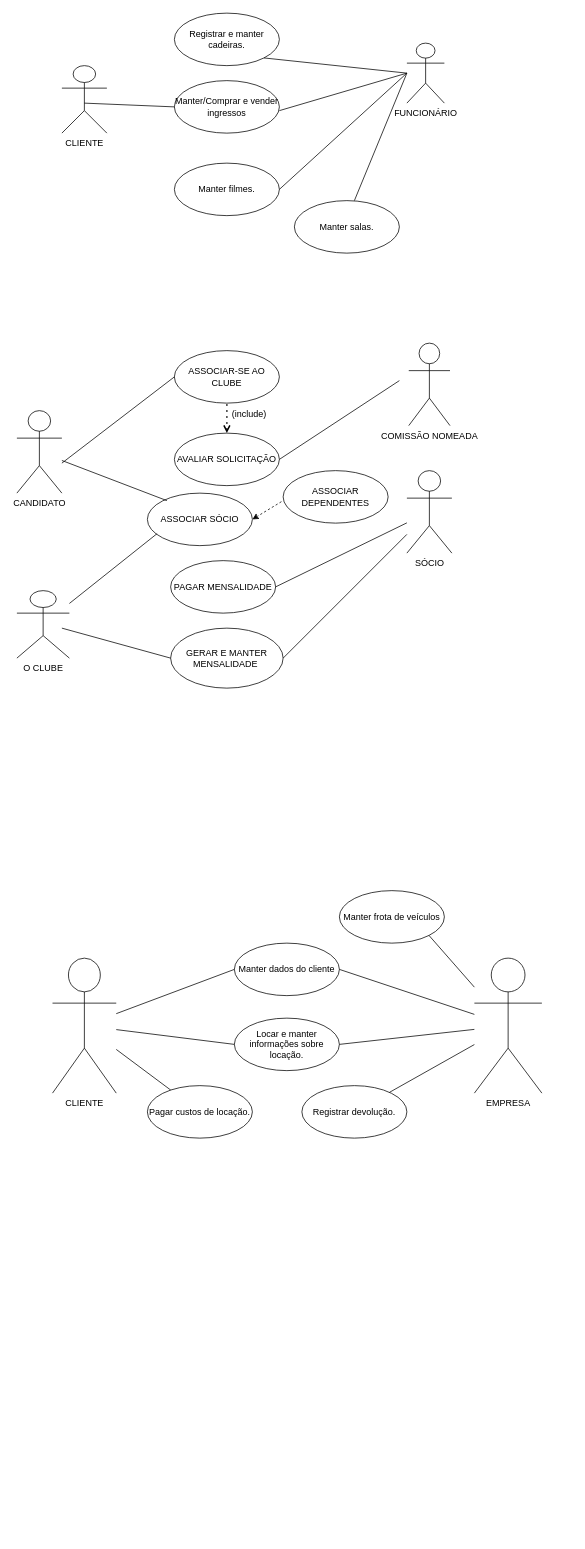
Tropeco25/exerciciosCasoDeUso keeps this draw.io diagram as Diagrama sem nome.drawio. Above is the earlier version. Source tidied: cells renumbered, new cells numbered last; positions are measured from the earlier drawing's top-left corner, leaving out a move shared by most shapes. Both pictures are drawn from the tidied source at 75%, with x=0, y=0 at pixel (16, 13).
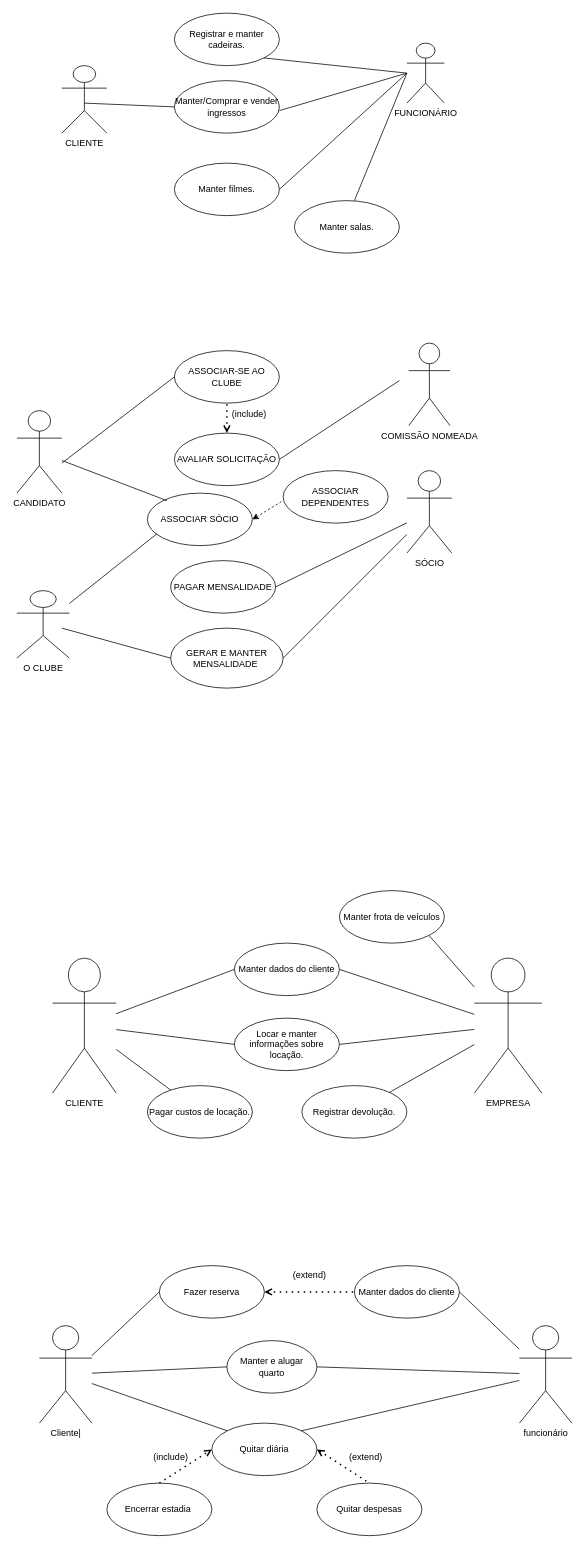
The same diagram, later.

Commit message:
Casos de usos (atividades em sala)

The edit, as a diff of the source:
```diff
@@
+    <mxCell id="47" value="Cliente|" style="shape=umlActor;html=1;verticalLabelPosition=bottom;verticalAlign=top;align=center;" parent="1" vertex="1">
+      <mxGeometry x="30" y="1750" width="70" height="130" as="geometry" />
+    </mxCell>
+    <mxCell id="48" value="funcionário" style="shape=umlActor;verticalLabelPosition=bottom;verticalAlign=top;html=1;outlineConnect=0;" parent="1" vertex="1">
+      <mxGeometry x="670" y="1750" width="70" height="130" as="geometry" />
+    </mxCell>
+    <mxCell id="49" value="Fazer reserva" style="ellipse;whiteSpace=wrap;html=1;" parent="1" vertex="1">
+      <mxGeometry x="190" y="1670" width="140" height="70" as="geometry" />
+    </mxCell>
+    <mxCell id="50" value="Manter dados do cliente" style="ellipse;whiteSpace=wrap;html=1;" parent="1" vertex="1">
+      <mxGeometry x="450" y="1670" width="140" height="70" as="geometry" />
+    </mxCell>
+    <mxCell id="51" value="Manter e alugar quarto" style="ellipse;whiteSpace=wrap;html=1;" parent="1" vertex="1">
+      <mxGeometry x="280" y="1770" width="120" height="70" as="geometry" />
+    </mxCell>
+    <mxCell id="52" style="endArrow=none;html=1;rounded=0;entryX=0;entryY=0.5;entryDx=0;entryDy=0;" parent="1" edge="1" target="49">
+      <mxGeometry relative="1" as="geometry">
+        <mxPoint x="100" y="1790" as="sourcePoint" />
+      </mxGeometry>
+    </mxCell>
+    <mxCell id="53" style="endArrow=none;dashed=1;html=1;dashPattern=1 3;strokeWidth=2;rounded=0;exitX=1;exitY=0.5;exitDx=0;exitDy=0;entryX=0;entryY=0.5;entryDx=0;entryDy=0;endFill=0;startArrow=open;startFill=0;" parent="1" edge="1" source="49" target="50">
+      <mxGeometry relative="1" as="geometry" />
+    </mxCell>
+    <mxCell id="54" style="endArrow=none;html=1;rounded=0;entryX=1;entryY=0.5;entryDx=0;entryDy=0;" parent="1" edge="1" source="48" target="50">
+      <mxGeometry relative="1" as="geometry" />
+    </mxCell>
+    <mxCell id="55" style="endArrow=none;html=1;rounded=0;entryX=0;entryY=0.5;entryDx=0;entryDy=0;" parent="1" edge="1" source="47" target="51">
+      <mxGeometry relative="1" as="geometry" />
+    </mxCell>
+    <mxCell id="56" style="endArrow=none;html=1;rounded=0;exitX=1;exitY=0.5;exitDx=0;exitDy=0;" parent="1" edge="1" source="51" target="48">
+      <mxGeometry relative="1" as="geometry" />
+    </mxCell>
+    <mxCell id="57" value="Quitar diária" style="ellipse;whiteSpace=wrap;html=1;" parent="1" vertex="1">
+      <mxGeometry x="260" y="1880" width="140" height="70" as="geometry" />
+    </mxCell>
+    <mxCell id="58" value="Encerrar estadia&amp;nbsp;" style="ellipse;whiteSpace=wrap;html=1;" parent="1" vertex="1">
+      <mxGeometry x="120" y="1960" width="140" height="70" as="geometry" />
+    </mxCell>
+    <mxCell id="59" style="endArrow=open;dashed=1;html=1;dashPattern=1 3;strokeWidth=2;rounded=0;exitX=0.5;exitY=0;exitDx=0;exitDy=0;entryX=0;entryY=0.5;entryDx=0;entryDy=0;endFill=0;" parent="1" edge="1" source="58" target="57">
+      <mxGeometry relative="1" as="geometry" />
+    </mxCell>
+    <mxCell id="60" value="(extend)" style="text;html=1;align=center;verticalAlign=middle;strokeColor=none;fillColor=none;" parent="1" vertex="1">
+      <mxGeometry x="355" y="1668" width="70" height="30" as="geometry" />
+    </mxCell>
+    <mxCell id="61" value="(include)" style="text;html=1;align=center;verticalAlign=middle;strokeColor=none;fillColor=none;" parent="1" vertex="1">
+      <mxGeometry x="170" y="1910" width="70" height="30" as="geometry" />
+    </mxCell>
+    <mxCell id="62" value="Quitar despesas" style="ellipse;whiteSpace=wrap;html=1;" parent="1" vertex="1">
+      <mxGeometry x="400" y="1960" width="140" height="70" as="geometry" />
+    </mxCell>
+    <mxCell id="63" style="endArrow=none;dashed=1;html=1;dashPattern=1 3;strokeWidth=2;rounded=0;exitX=1;exitY=0.5;exitDx=0;exitDy=0;entryX=0.5;entryY=0;entryDx=0;entryDy=0;startArrow=open;startFill=0;" parent="1" edge="1" source="57" target="62">
+      <mxGeometry relative="1" as="geometry" />
+    </mxCell>
+    <mxCell id="64" value="(extend)" style="text;html=1;align=center;verticalAlign=middle;strokeColor=none;fillColor=none;" parent="1" vertex="1">
+      <mxGeometry x="430" y="1910" width="70" height="30" as="geometry" />
+    </mxCell>
+    <mxCell id="65" style="endArrow=none;html=1;rounded=0;entryX=0;entryY=0;entryDx=0;entryDy=0;" parent="1" edge="1" source="47" target="57">
+      <mxGeometry relative="1" as="geometry" />
+    </mxCell>
+    <mxCell id="66" style="endArrow=none;html=1;rounded=0;exitX=1;exitY=0;exitDx=0;exitDy=0;" parent="1" edge="1" source="57" target="48">
+      <mxGeometry relative="1" as="geometry" />
+    </mxCell>
```
